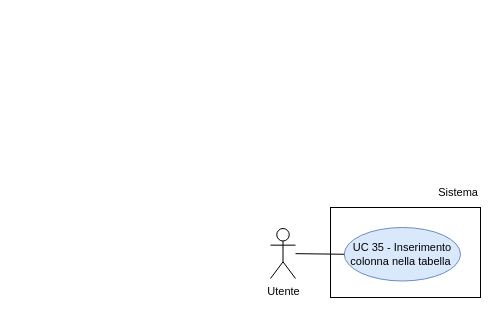
Above: RTB/doc_esterna/analisi-dei-requisiti/assets/draw.io/UC35.drawio in thebitless-group-swe/thebitless.github.io (draw.io), before the change. Source tidied: cells renumbered, new cells numbered last; positions are measured from the earlier drawing's top-left corner, leaving out a move shared by most shapes. Both pictures are drawn from the tidied source at 100%, with x=0, y=0 at pixel (270, 177).
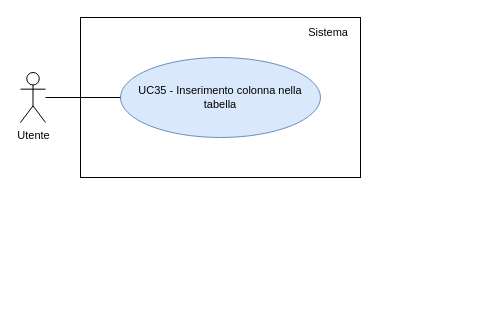
Above is the later version.

What changed in the source:
```diff
@@
 <mxGraphModel>
   <root>
     <mxCell id="0" />
     <mxCell id="1" parent="0" />
     <mxCell id="2" value="Utente" style="shape=umlActor;verticalLabelPosition=bottom;verticalAlign=top;html=1;outlineConnect=0;fontSize=11;" parent="1" vertex="1">
-      <mxGeometry y="51" width="25" height="50" as="geometry" />
+      <mxGeometry x="-250" y="-105" width="25" height="50" as="geometry" />
     </mxCell>
-    <mxCell id="3" style="rounded=0;whiteSpace=wrap;html=1;strokeWidth=1;" parent="1" vertex="1">
-      <mxGeometry x="60" y="30" width="150" height="90" as="geometry" />
-    </mxCell>
+    <mxCell id="8" style="rounded=0;whiteSpace=wrap;html=1;strokeWidth=1;" parent="1" vertex="1">
+      <mxGeometry x="-190" y="-160" width="280" height="160" as="geometry" />
+    </mxCell>
     <mxCell id="4" value="Sistema" style="text;html=1;whiteSpace=wrap;strokeColor=none;fillColor=none;align=right;verticalAlign=middle;fontSize=11;" parent="1" vertex="1">
-      <mxGeometry x="150" width="60" height="30" as="geometry" />
+      <mxGeometry x="10" y="-155" width="70" height="20" as="geometry" />
     </mxCell>
-    <mxCell id="5" value="UC 35 - Inserimento colonna nella tabella&amp;nbsp;" style="ellipse;whiteSpace=wrap;html=1;fillColor=#dae8fc;strokeColor=#6c8ebf;fontSize=11;spacingBottom=0;spacingLeft=0;" parent="1" vertex="1">
-      <mxGeometry x="73.8" y="50" width="116.2" height="53.5" as="geometry" />
-    </mxCell>
-    <mxCell id="6" style="edgeStyle=none;rounded=0;jettySize=auto;html=1;endArrow=none;endFill=0;" parent="1" edge="1" source="2" target="5">
-      <mxGeometry relative="1" as="geometry" />
-    </mxCell>
-    <mxCell id="7" style="edgeStyle=orthogonalEdgeStyle;rounded=0;orthogonalLoop=1;jettySize=auto;html=1;exitX=0.5;exitY=1;exitDx=0;exitDy=0;" parent="1" edge="1" source="4" target="4">
-      <mxGeometry relative="1" as="geometry" />
-    </mxCell>
+    <mxCell id="9" value="UC35 - Inserimento colonna nella tabella" style="ellipse;whiteSpace=wrap;html=1;fillColor=#dae8fc;strokeColor=#6c8ebf;fontSize=11;" parent="1" vertex="1">
+      <mxGeometry x="-150" y="-120" width="200" height="80" as="geometry" />
+    </mxCell>
+    <mxCell id="10" style="edgeStyle=none;rounded=0;jettySize=auto;html=1;endArrow=none;endFill=0;" parent="1" edge="1" source="2" target="9">
+      <mxGeometry relative="1" as="geometry" />
+    </mxCell>
   </root>
 </mxGraphModel>
```
